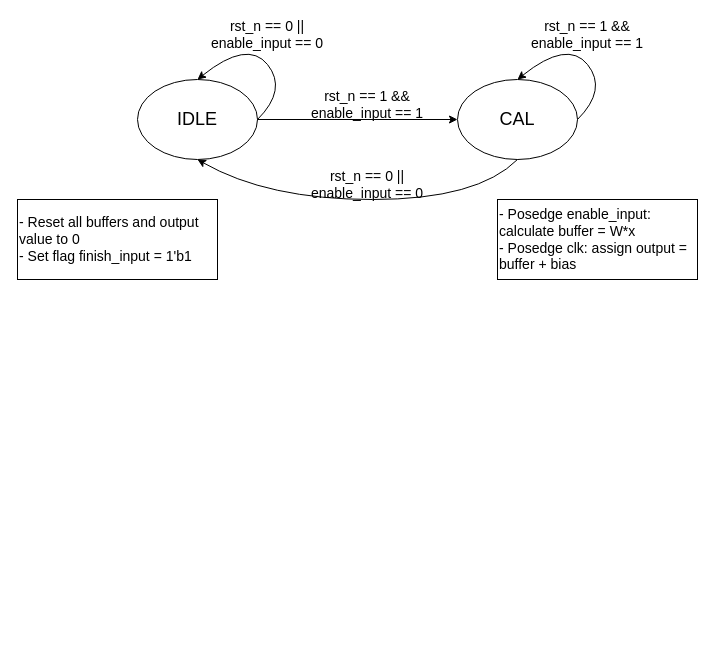
This is page "CAL_INPUT state" (7 of 10) of doc/LSTMAccelerator.drawio from newfrogg/LSTMAccelerator, a draw.io file, before an edit. Source tidied: cells renumbered, new cells numbered last; positions are measured from the earlier drawing's top-left corner, leaving out a move shared by most shapes. Both pictures are drawn from the tidied source at 100%, with x=0, y=0 at pixel (17, 19).
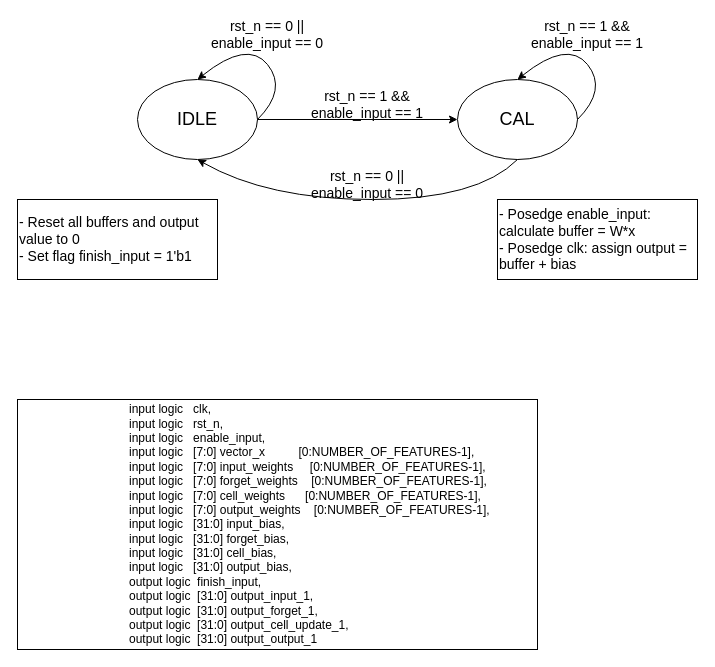
The same diagram, later.

The edit, as a diff of the source:
```diff
@@
+    <mxCell id="14" value="&lt;div&gt;&lt;span style=&quot;white-space: pre;&quot;&gt;&#9;&lt;/span&gt;&lt;span style=&quot;white-space: pre;&quot;&gt;&#9;&lt;/span&gt;&lt;span style=&quot;white-space: pre;&quot;&gt;&#9;&lt;/span&gt;&lt;span style=&quot;white-space: pre;&quot;&gt;&#9;&lt;/span&gt;&amp;nbsp;input logic&amp;nbsp; &amp;nbsp;clk,&lt;/div&gt;&lt;div&gt;&amp;nbsp; &amp;nbsp; &amp;nbsp; &amp;nbsp; &amp;nbsp; &amp;nbsp; &amp;nbsp; &amp;nbsp; &amp;nbsp; &amp;nbsp; &amp;nbsp; &amp;nbsp; &amp;nbsp; &amp;nbsp; &amp;nbsp; &amp;nbsp; &amp;nbsp;input logic&amp;nbsp; &amp;nbsp;rst_n,&lt;/div&gt;&lt;div&gt;&amp;nbsp; &amp;nbsp; &amp;nbsp; &amp;nbsp; &amp;nbsp; &amp;nbsp; &amp;nbsp; &amp;nbsp; &amp;nbsp; &amp;nbsp; &amp;nbsp; &amp;nbsp; &amp;nbsp; &amp;nbsp; &amp;nbsp; &amp;nbsp; &amp;nbsp;input logic&amp;nbsp; &amp;nbsp;enable_input,&lt;/div&gt;&lt;div&gt;&amp;nbsp; &amp;nbsp; &amp;nbsp; &amp;nbsp; &amp;nbsp; &amp;nbsp; &amp;nbsp; &amp;nbsp; &amp;nbsp; &amp;nbsp; &amp;nbsp; &amp;nbsp; &amp;nbsp; &amp;nbsp; &amp;nbsp; &amp;nbsp; &amp;nbsp;input logic&amp;nbsp; &amp;nbsp;[7:0] vector_x&amp;nbsp; &amp;nbsp; &amp;nbsp; &amp;nbsp; &amp;nbsp; [0:NUMBER_OF_FEATURES-1],&lt;/div&gt;&lt;div&gt;&amp;nbsp; &amp;nbsp; &amp;nbsp; &amp;nbsp; &amp;nbsp; &amp;nbsp; &amp;nbsp; &amp;nbsp; &amp;nbsp; &amp;nbsp; &amp;nbsp; &amp;nbsp; &amp;nbsp; &amp;nbsp; &amp;nbsp; &amp;nbsp; &amp;nbsp;input logic&amp;nbsp; &amp;nbsp;[7:0] input_weights&amp;nbsp; &amp;nbsp; &amp;nbsp;[0:NUMBER_OF_FEATURES-1],&lt;/div&gt;&lt;div&gt;&amp;nbsp; &amp;nbsp; &amp;nbsp; &amp;nbsp; &amp;nbsp; &amp;nbsp; &amp;nbsp; &amp;nbsp; &amp;nbsp; &amp;nbsp; &amp;nbsp; &amp;nbsp; &amp;nbsp; &amp;nbsp; &amp;nbsp; &amp;nbsp; &amp;nbsp;input logic&amp;nbsp; &amp;nbsp;[7:0] forget_weights&amp;nbsp; &amp;nbsp; [0:NUMBER_OF_FEATURES-1],&lt;/div&gt;&lt;div&gt;&amp;nbsp; &amp;nbsp; &amp;nbsp; &amp;nbsp; &amp;nbsp; &amp;nbsp; &amp;nbsp; &amp;nbsp; &amp;nbsp; &amp;nbsp; &amp;nbsp; &amp;nbsp; &amp;nbsp; &amp;nbsp; &amp;nbsp; &amp;nbsp; &amp;nbsp;input logic&amp;nbsp; &amp;nbsp;[7:0] cell_weights&amp;nbsp; &amp;nbsp; &amp;nbsp; [0:NUMBER_OF_FEATURES-1],&lt;/div&gt;&lt;div&gt;&amp;nbsp; &amp;nbsp; &amp;nbsp; &amp;nbsp; &amp;nbsp; &amp;nbsp; &amp;nbsp; &amp;nbsp; &amp;nbsp; &amp;nbsp; &amp;nbsp; &amp;nbsp; &amp;nbsp; &amp;nbsp; &amp;nbsp; &amp;nbsp; &amp;nbsp;input logic&amp;nbsp; &amp;nbsp;[7:0] output_weights&amp;nbsp; &amp;nbsp; [0:NUMBER_OF_FEATURES-1],&lt;/div&gt;&lt;div&gt;&amp;nbsp; &amp;nbsp; &amp;nbsp; &amp;nbsp; &amp;nbsp; &amp;nbsp; &amp;nbsp; &amp;nbsp; &amp;nbsp; &amp;nbsp; &amp;nbsp; &amp;nbsp; &amp;nbsp; &amp;nbsp; &amp;nbsp; &amp;nbsp; &amp;nbsp;input logic&amp;nbsp; &amp;nbsp;[31:0] input_bias,&lt;/div&gt;&lt;div&gt;&amp;nbsp; &amp;nbsp; &amp;nbsp; &amp;nbsp; &amp;nbsp; &amp;nbsp; &amp;nbsp; &amp;nbsp; &amp;nbsp; &amp;nbsp; &amp;nbsp; &amp;nbsp; &amp;nbsp; &amp;nbsp; &amp;nbsp; &amp;nbsp; &amp;nbsp;input logic&amp;nbsp; &amp;nbsp;[31:0] forget_bias,&lt;/div&gt;&lt;div&gt;&amp;nbsp; &amp;nbsp; &amp;nbsp; &amp;nbsp; &amp;nbsp; &amp;nbsp; &amp;nbsp; &amp;nbsp; &amp;nbsp; &amp;nbsp; &amp;nbsp; &amp;nbsp; &amp;nbsp; &amp;nbsp; &amp;nbsp; &amp;nbsp; &amp;nbsp;input logic&amp;nbsp; &amp;nbsp;[31:0] cell_bias,&lt;/div&gt;&lt;div&gt;&amp;nbsp; &amp;nbsp; &amp;nbsp; &amp;nbsp; &amp;nbsp; &amp;nbsp; &amp;nbsp; &amp;nbsp; &amp;nbsp; &amp;nbsp; &amp;nbsp; &amp;nbsp; &amp;nbsp; &amp;nbsp; &amp;nbsp; &amp;nbsp; &amp;nbsp;input logic&amp;nbsp; &amp;nbsp;[31:0] output_bias,&lt;/div&gt;&lt;div&gt;&amp;nbsp; &amp;nbsp; &amp;nbsp; &amp;nbsp; &amp;nbsp; &amp;nbsp; &amp;nbsp; &amp;nbsp; &amp;nbsp; &amp;nbsp; &amp;nbsp; &amp;nbsp; &amp;nbsp; &amp;nbsp; &amp;nbsp; &amp;nbsp; &amp;nbsp;output logic&amp;nbsp; finish_input,&lt;/div&gt;&lt;div&gt;&amp;nbsp; &amp;nbsp; &amp;nbsp; &amp;nbsp; &amp;nbsp; &amp;nbsp; &amp;nbsp; &amp;nbsp; &amp;nbsp; &amp;nbsp; &amp;nbsp; &amp;nbsp; &amp;nbsp; &amp;nbsp; &amp;nbsp; &amp;nbsp; &amp;nbsp;output logic&amp;nbsp; [31:0] output_input_1,&lt;/div&gt;&lt;div&gt;&amp;nbsp; &amp;nbsp; &amp;nbsp; &amp;nbsp; &amp;nbsp; &amp;nbsp; &amp;nbsp; &amp;nbsp; &amp;nbsp; &amp;nbsp; &amp;nbsp; &amp;nbsp; &amp;nbsp; &amp;nbsp; &amp;nbsp; &amp;nbsp; &amp;nbsp;output logic&amp;nbsp; [31:0] output_forget_1,&lt;/div&gt;&lt;div&gt;&amp;nbsp; &amp;nbsp; &amp;nbsp; &amp;nbsp; &amp;nbsp; &amp;nbsp; &amp;nbsp; &amp;nbsp; &amp;nbsp; &amp;nbsp; &amp;nbsp; &amp;nbsp; &amp;nbsp; &amp;nbsp; &amp;nbsp; &amp;nbsp; &amp;nbsp;output logic&amp;nbsp; [31:0] output_cell_update_1,&lt;/div&gt;&lt;div&gt;&amp;nbsp; &amp;nbsp; &amp;nbsp; &amp;nbsp; &amp;nbsp; &amp;nbsp; &amp;nbsp; &amp;nbsp; &amp;nbsp; &amp;nbsp; &amp;nbsp; &amp;nbsp; &amp;nbsp; &amp;nbsp; &amp;nbsp; &amp;nbsp; &amp;nbsp;output logic&amp;nbsp; [31:0] output_output_1&amp;nbsp;&lt;/div&gt;" style="rounded=0;whiteSpace=wrap;html=1;align=left;" parent="1" vertex="1">
+      <mxGeometry y="380" width="520" height="250" as="geometry" />
+    </mxCell>
```
